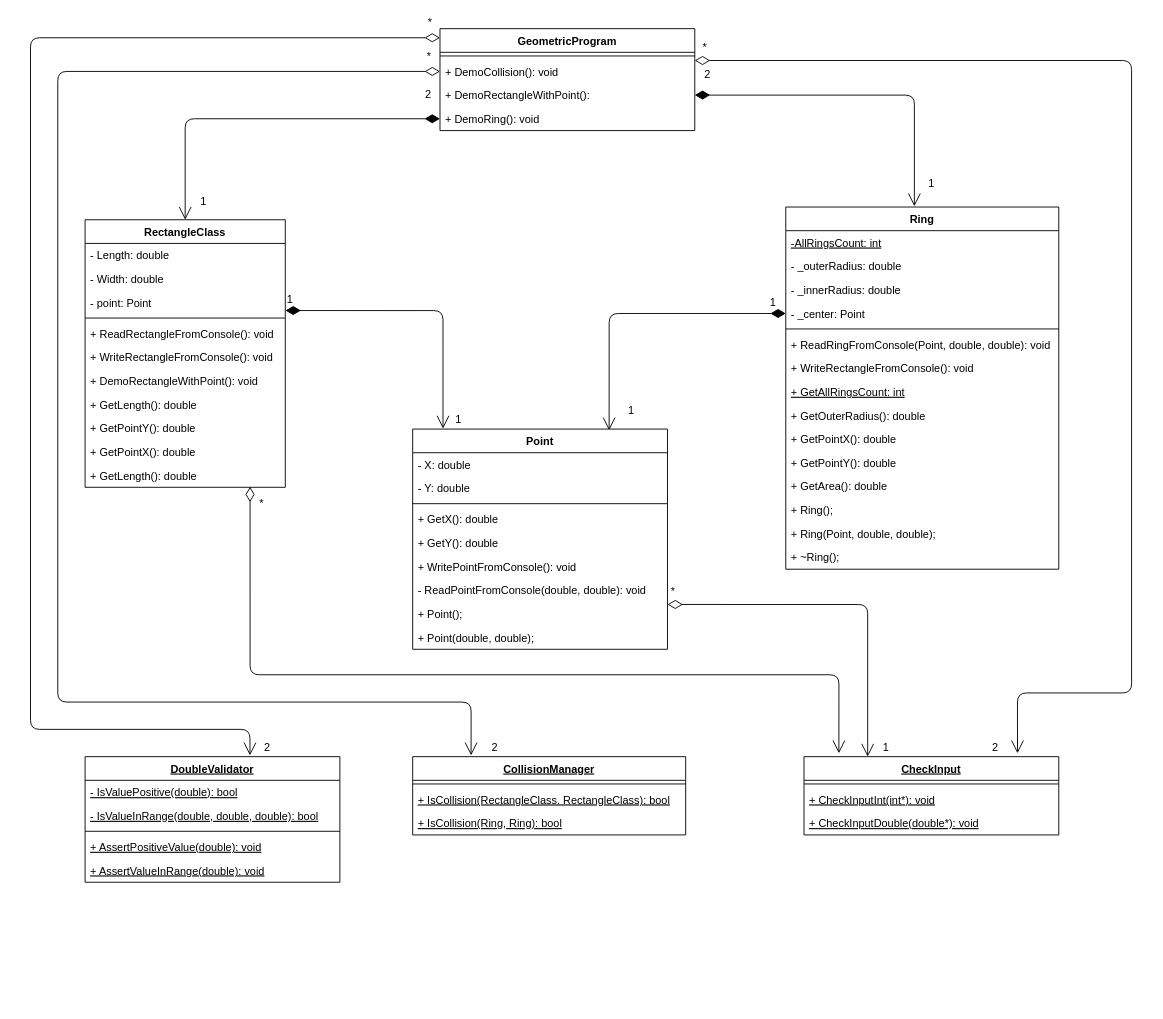
This is page "Page-1" (1 of 2) of UML.drawio from Sevo98/OOP_Lab4, a draw.io file, before an edit. Source tidied: cells renumbered, new cells numbered last; positions are measured from the earlier drawing's top-left corner, leaving out a move shared by most shapes. Both pictures are drawn from the tidied source at 91%, with x=0, y=0 at pixel (30, 28).
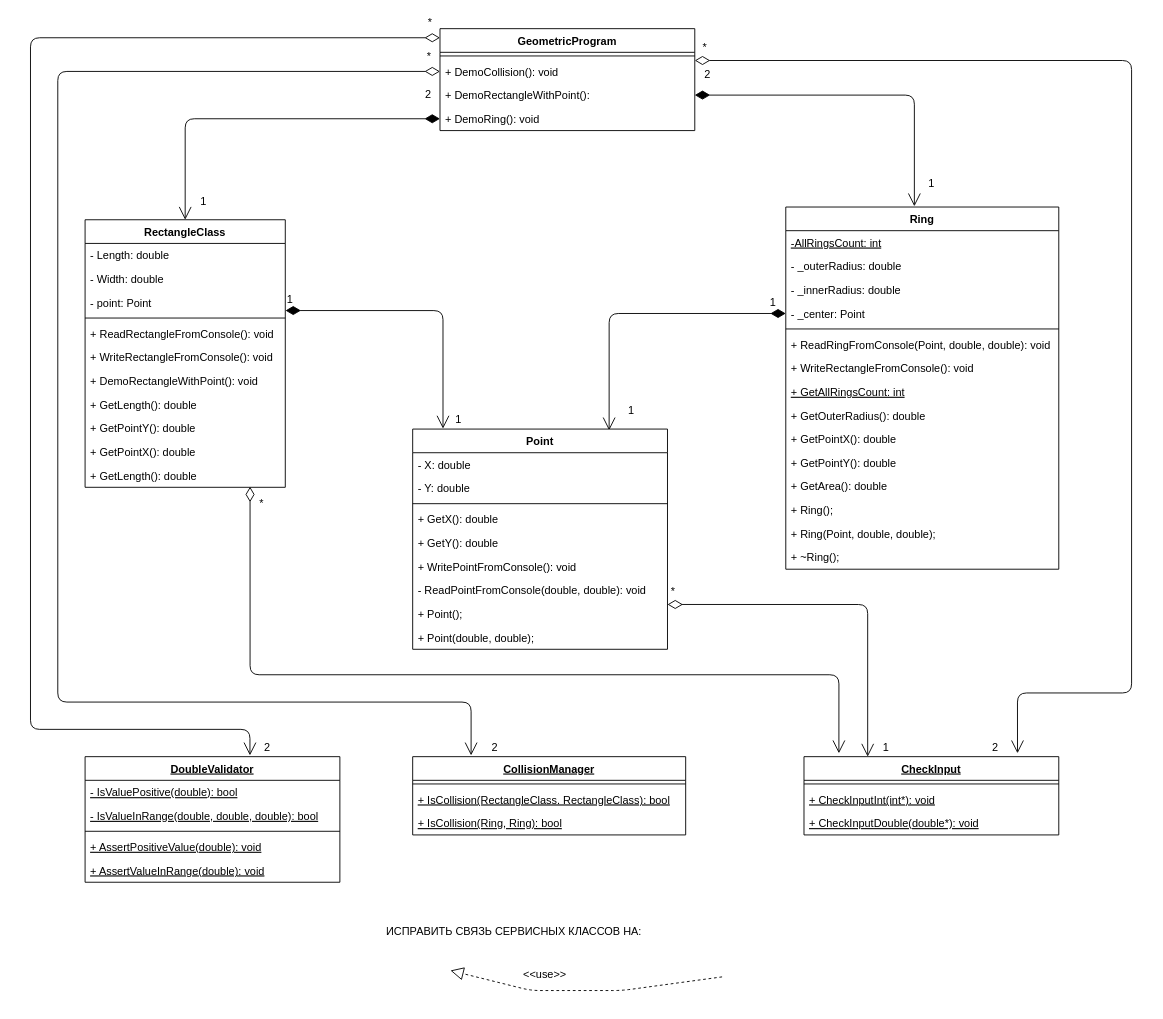
Above is the later version.

Diff of the diagram source:
```diff
@@
+    <mxCell id="76" value="ИСПРАВИТЬ СВЯЗЬ СЕРВИСНЫХ КЛАССОВ НА:" style="text;html=1;align=center;verticalAlign=middle;" parent="1" vertex="1">
+      <mxGeometry x="381" y="983" width="300" height="20" as="geometry" />
+    </mxCell>
+    <mxCell id="77" style="endArrow=block;dashed=1;endFill=0;endSize=12;html=1;entryX=1.008;entryY=0.962;entryDx=0;entryDy=0;entryPerimeter=0;" parent="1" edge="1">
+      <mxGeometry relative="1" as="geometry">
+        <mxPoint x="760" y="1042" as="sourcePoint" />
+        <mxPoint x="461.5" y="1035" as="targetPoint" />
+        <Array as="points">
+          <mxPoint x="650" y="1057" />
+          <mxPoint x="550" y="1057" />
+        </Array>
+      </mxGeometry>
+    </mxCell>
+    <mxCell id="78" value="&amp;lt;&amp;lt;use&amp;gt;&amp;gt;" style="text;html=1;align=center;verticalAlign=middle;" parent="1" vertex="1">
+      <mxGeometry x="535" y="1030" width="60" height="20" as="geometry" />
+    </mxCell>
```
